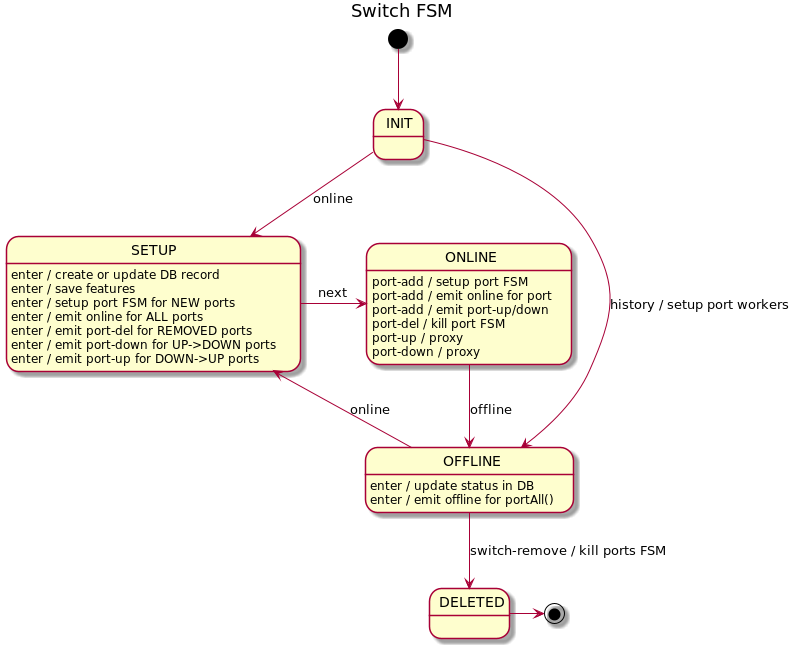
Before: docs/design/network-discovery/switch-FSM.png, a diagram exported from PlantUML (telstra/open-kilda).
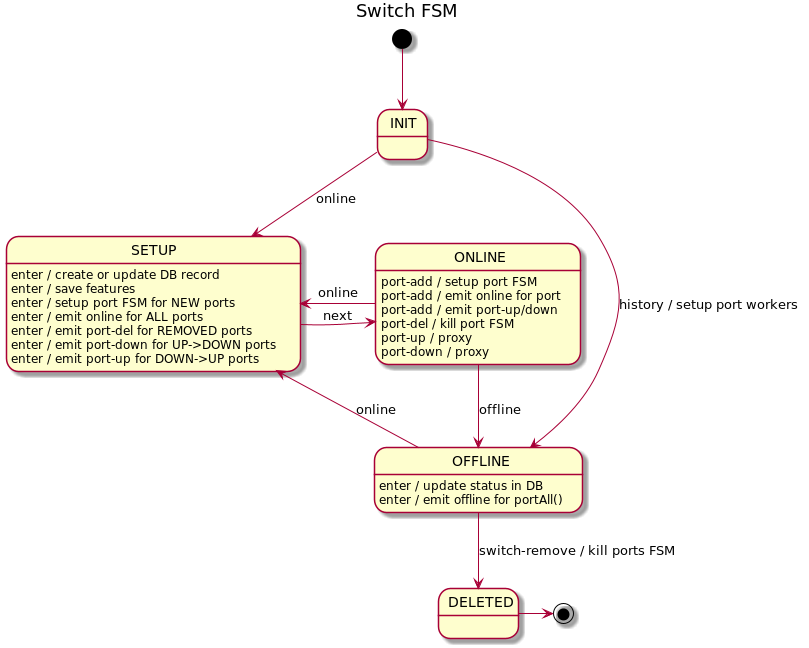
Later version of the same file.

Commit message:
Add reaction on "switch-online" for switches in online state

Till now we expect that this should never happen. But now we will
periodically receive "online" notifications for all switches in network.

Plus we will never receive offline notification if floodlightrouter
topology will be turned off. So at the time when floodlightrouter will
be recovered, discovery topology will contain switches in online state
and in inaccurate state (ports status/set have been changed).

Diff of the diagram source:
```diff
@@ -21,6 +21,7 @@
 ONLINE : port-del / kill port FSM
 ONLINE : port-up / proxy
 ONLINE : port-down / proxy
+ONLINE -l-> SETUP : online
 ONLINE --> OFFLINE : offline
 
 OFFLINE : enter / update status in DB
```
